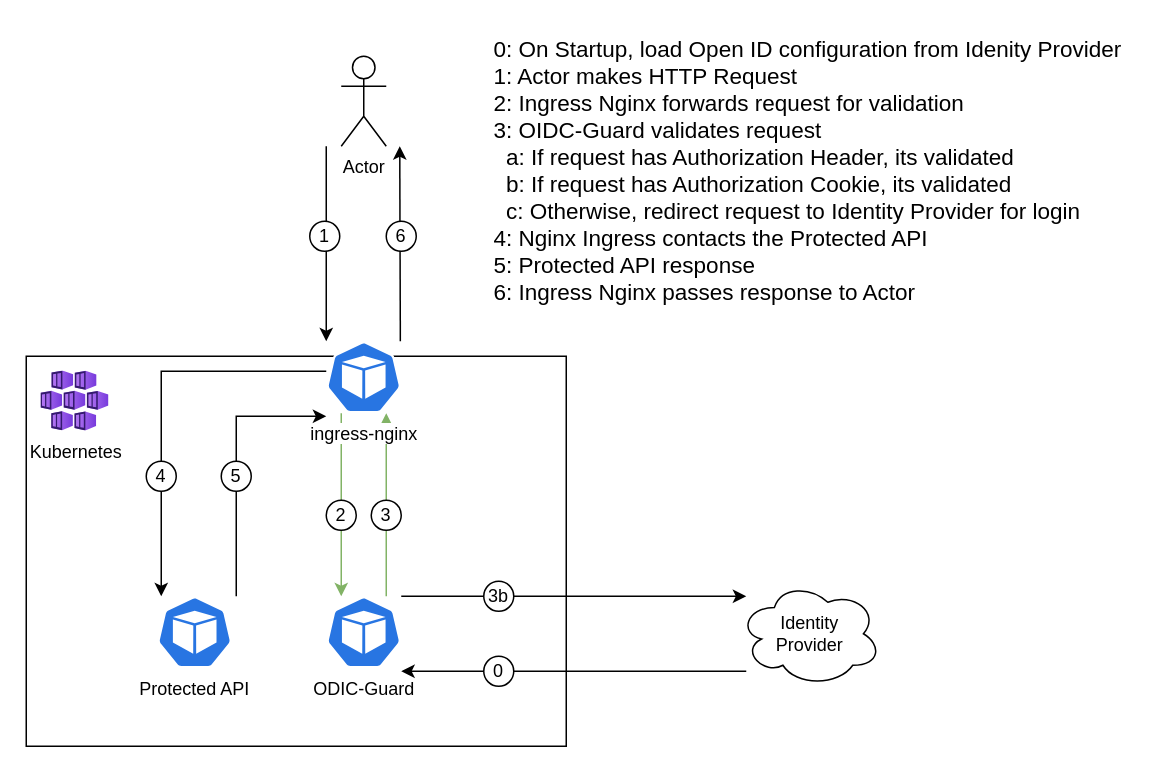
This is page "Diagram" (1 of 2) of docs/Workflow.drawio from IvanJosipovic/OIDC-Guard, a draw.io file, before an edit. Source tidied: cells renumbered, new cells numbered last; positions are measured from the earlier drawing's top-left corner, leaving out a move shared by most shapes. Both pictures are drawn from the tidied source at 150%, with x=0, y=0 at pixel (26, 26).
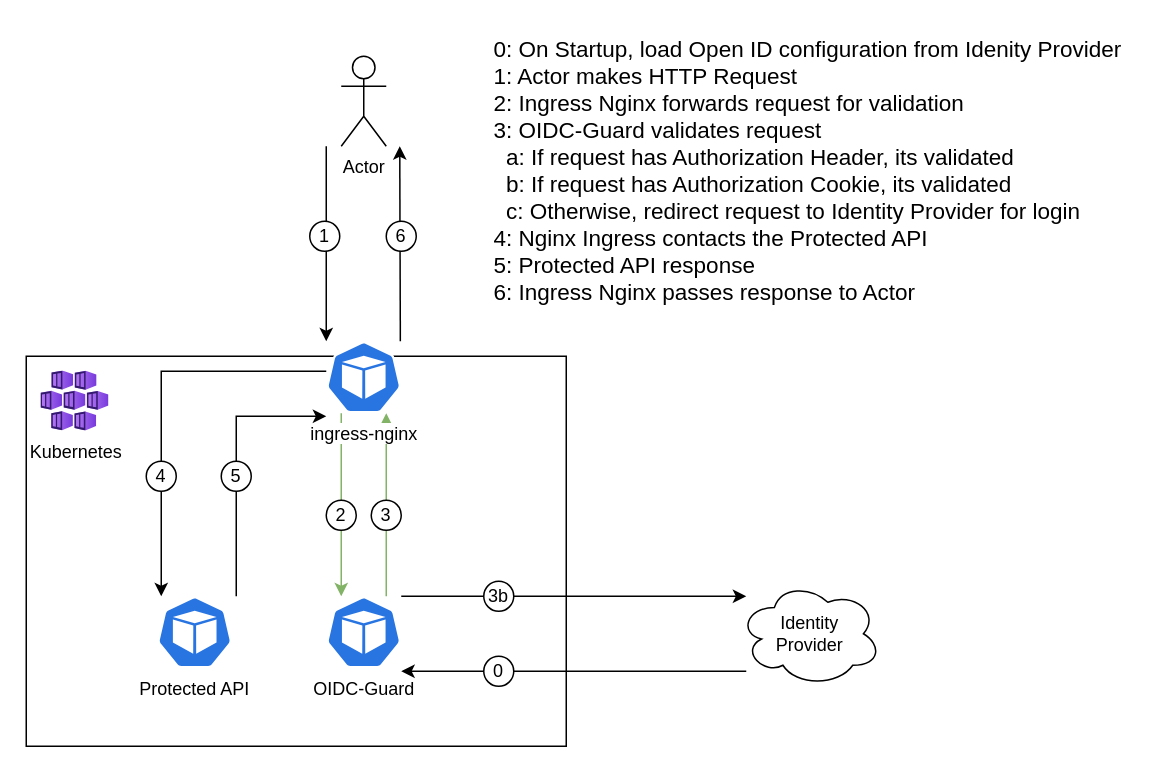
After the change.

Change to the diagram source:
```diff
@@
-    <mxCell id="10" value="ODIC-Guard" style="sketch=0;html=1;dashed=0;whitespace=wrap;fillColor=#2875E2;strokeColor=#ffffff;points=[[0.005,0.63,0],[0.1,0.2,0],[0.9,0.2,0],[0.5,0,0],[0.995,0.63,0],[0.72,0.99,0],[0.5,1,0],[0.28,0.99,0]];shape=mxgraph.kubernetes.icon;prIcon=pod;verticalAlign=top;labelPosition=center;verticalLabelPosition=bottom;align=center;" parent="1" vertex="1">
+    <mxCell id="10" value="OIDC-Guard" style="sketch=0;html=1;dashed=0;whitespace=wrap;fillColor=#2875E2;strokeColor=#ffffff;points=[[0.005,0.63,0],[0.1,0.2,0],[0.9,0.2,0],[0.5,0,0],[0.995,0.63,0],[0.72,0.99,0],[0.5,1,0],[0.28,0.99,0]];shape=mxgraph.kubernetes.icon;prIcon=pod;verticalAlign=top;labelPosition=center;verticalLabelPosition=bottom;align=center;" parent="1" vertex="1">
       <mxGeometry x="200" y="380" width="50" height="48" as="geometry" />
     </mxCell>
```
